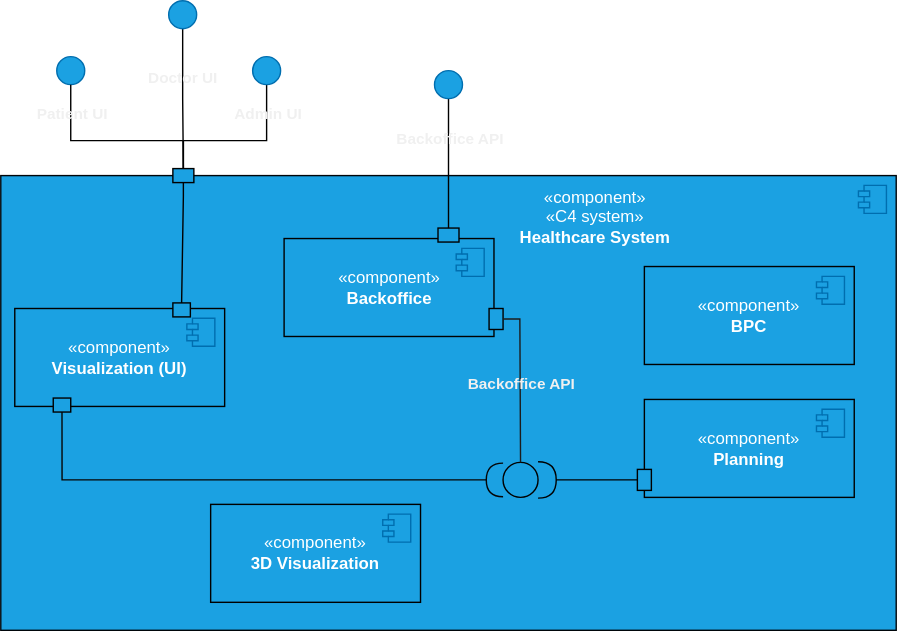
Before: docs/sprint-1/team-decisions/views/logical-view/healthcare_system_vl2.drawio.svg, a diagram exported from draw.io (rita-barbosa/LAPR5-2425). Source tidied: cells renumbered, new cells last; positions are measured from the earlier drawing's top-left corner, leaving out a move shared by most shapes. Its diagram source:
```xml
<mxGraphModel>
  <root>
    <mxCell id="0" />
    <mxCell id="1" parent="0" />
    <mxCell id="2" style="html=1;whiteSpace=wrap;fillColor=#1ba1e2;fontColor=#ffffff;strokeColor=#00060A;" parent="1" vertex="1">
      <mxGeometry y="125" width="640" height="325" as="geometry" />
    </mxCell>
    <mxCell id="3" style="shape=module;jettyWidth=8;jettyHeight=4;fillColor=#1ba1e2;fontColor=#ffffff;strokeColor=#006EAF;" parent="2" vertex="1">
      <mxGeometry x="1" width="20" height="20" relative="1" as="geometry">
        <mxPoint x="-27" y="7" as="offset" />
      </mxGeometry>
    </mxCell>
    <mxCell id="4" style="group;" parent="1" vertex="1">
      <mxGeometry x="460" y="275" width="150" height="80" as="geometry" />
    </mxCell>
    <mxCell id="5" value="«component»&lt;br&gt;&lt;b&gt;Planning&lt;/b&gt;" style="html=1;whiteSpace=wrap;fillColor=#1ba1e2;fontColor=#ffffff;strokeColor=#000000;" parent="4" vertex="1">
      <mxGeometry y="10" width="150" height="70" as="geometry" />
    </mxCell>
    <mxCell id="6" style="shape=module;jettyWidth=8;jettyHeight=4;fillColor=#1ba1e2;fontColor=#ffffff;strokeColor=#006EAF;" parent="5" vertex="1">
      <mxGeometry x="1" width="20" height="20" relative="1" as="geometry">
        <mxPoint x="-27" y="7" as="offset" />
      </mxGeometry>
    </mxCell>
    <mxCell id="7" style="rounded=0;whiteSpace=wrap;html=1;fillColor=#1ba1e2;fontColor=#ffffff;strokeColor=#000000;" parent="4" vertex="1">
      <mxGeometry x="-5" y="60" width="10" height="15" as="geometry" />
    </mxCell>
    <mxCell id="8" style="group;" parent="1" vertex="1">
      <mxGeometry x="150" y="350" width="150" height="80" as="geometry" />
    </mxCell>
    <mxCell id="9" value="«component»&lt;br&gt;&lt;b&gt;3D Visualization&lt;/b&gt;" style="html=1;whiteSpace=wrap;fillColor=#1ba1e2;fontColor=#ffffff;strokeColor=#000000;" parent="8" vertex="1">
      <mxGeometry y="10" width="150" height="70" as="geometry" />
    </mxCell>
    <mxCell id="10" style="shape=module;jettyWidth=8;jettyHeight=4;fillColor=#1ba1e2;fontColor=#ffffff;strokeColor=#006EAF;" parent="9" vertex="1">
      <mxGeometry x="1" width="20" height="20" relative="1" as="geometry">
        <mxPoint x="-27" y="7" as="offset" />
      </mxGeometry>
    </mxCell>
    <mxCell id="11" style="group;" parent="1" vertex="1">
      <mxGeometry x="460" y="180" width="150" height="80" as="geometry" />
    </mxCell>
    <mxCell id="12" value="«component»&lt;br&gt;&lt;b&gt;BPC&lt;/b&gt;" style="html=1;whiteSpace=wrap;fillColor=#1ba1e2;fontColor=#ffffff;strokeColor=#000000;" parent="11" vertex="1">
      <mxGeometry y="10" width="150" height="70" as="geometry" />
    </mxCell>
    <mxCell id="13" style="shape=module;jettyWidth=8;jettyHeight=4;fillColor=#1ba1e2;fontColor=#ffffff;strokeColor=#006EAF;" parent="12" vertex="1">
      <mxGeometry x="1" width="20" height="20" relative="1" as="geometry">
        <mxPoint x="-27" y="7" as="offset" />
      </mxGeometry>
    </mxCell>
    <mxCell id="14" value="&lt;span style=&quot;color: rgb(255, 255, 255);&quot;&gt;«component»&lt;/span&gt;&lt;br style=&quot;color: rgb(255, 255, 255);&quot;&gt;&lt;span style=&quot;color: rgb(255, 255, 255);&quot;&gt;«C4 system»&lt;/span&gt;&lt;br style=&quot;color: rgb(255, 255, 255);&quot;&gt;&lt;b style=&quot;color: rgb(255, 255, 255);&quot;&gt;Healthcare System&lt;/b&gt;" style="text;html=1;align=center;verticalAlign=middle;whiteSpace=wrap;rounded=0;" parent="1" vertex="1">
      <mxGeometry x="350" y="130" width="150" height="50" as="geometry" />
    </mxCell>
    <mxCell id="15" style="group;" parent="1" vertex="1">
      <mxGeometry x="202.5" y="160" width="157.5" height="80" as="geometry" />
    </mxCell>
    <mxCell id="16" style="group;" parent="15" vertex="1">
      <mxGeometry width="157.5" height="80" as="geometry" />
    </mxCell>
    <mxCell id="17" value="«component»&lt;br&gt;&lt;b&gt;Backoffice&lt;/b&gt;" style="html=1;whiteSpace=wrap;fillColor=#1ba1e2;fontColor=#ffffff;strokeColor=#000000;" parent="16" vertex="1">
      <mxGeometry y="10" width="150" height="70" as="geometry" />
    </mxCell>
    <mxCell id="18" style="shape=module;jettyWidth=8;jettyHeight=4;fillColor=#1ba1e2;fontColor=#ffffff;strokeColor=#006EAF;" parent="17" vertex="1">
      <mxGeometry x="1" width="20" height="20" relative="1" as="geometry">
        <mxPoint x="-27" y="7" as="offset" />
      </mxGeometry>
    </mxCell>
    <mxCell id="19" style="rounded=0;whiteSpace=wrap;html=1;fillColor=#1ba1e2;fontColor=#ffffff;strokeColor=#000000;rotation=90;" parent="16" vertex="1">
      <mxGeometry x="112.5" width="10" height="15" as="geometry" />
    </mxCell>
    <mxCell id="20" style="rounded=0;whiteSpace=wrap;html=1;fillColor=#1ba1e2;fontColor=#ffffff;strokeColor=#000000;" parent="16" vertex="1">
      <mxGeometry x="146.5" y="60" width="10" height="15" as="geometry" />
    </mxCell>
    <mxCell id="21" style="ellipse;whiteSpace=wrap;html=1;align=center;fillColor=none;strokeColor=none;perimeter=centerPerimeter;" parent="1" vertex="1">
      <mxGeometry x="360" y="350" width="10" height="10" as="geometry" />
    </mxCell>
    <mxCell id="22" style="rounded=0;jettySize=auto;html=1;endArrow=halfCircle;endFill=0;endSize=11;strokeWidth=1;sketch=0;fontSize=12;curved=1;entryX=1;entryY=0.5;entryDx=0;entryDy=0;strokeColor=#000000;startSize=6;targetPerimeterSpacing=8;sourcePerimeterSpacing=0;exitX=0;exitY=0.5;exitDx=0;exitDy=0;" parent="1" edge="1" source="7" target="43">
      <mxGeometry relative="1" as="geometry" />
    </mxCell>
    <mxCell id="23" style="ellipse;whiteSpace=wrap;html=1;align=center;fillColor=none;strokeColor=none;perimeter=centerPerimeter;" parent="1" vertex="1">
      <mxGeometry x="390" y="370" width="10" height="10" as="geometry" />
    </mxCell>
    <mxCell id="24" style="edgeStyle=orthogonalEdgeStyle;rounded=0;jettySize=auto;html=1;entryX=0.5;entryY=0;entryDx=0;entryDy=0;endArrow=none;endFill=0;strokeColor=#000000;" parent="1" edge="1" source="26" target="31">
      <mxGeometry relative="1" as="geometry" />
    </mxCell>
    <mxCell id="25" value="Doctor UI" style="edgeLabel;html=1;align=center;verticalAlign=middle;labelBackgroundColor=none;fontStyle=1;" parent="24" vertex="1">
      <mxGeometry x="-0.33" y="-1" relative="1" as="geometry" />
    </mxCell>
    <mxCell id="26" style="ellipse;whiteSpace=wrap;html=1;fillColor=#1ba1e2;fontColor=#ffffff;strokeColor=#006EAF;" parent="1" vertex="1">
      <mxGeometry x="120" width="20" height="20" as="geometry" />
    </mxCell>
    <mxCell id="27" style="ellipse;whiteSpace=wrap;html=1;fillColor=#1ba1e2;fontColor=#ffffff;strokeColor=#006EAF;" parent="1" vertex="1">
      <mxGeometry x="40" y="40" width="20" height="20" as="geometry" />
    </mxCell>
    <mxCell id="28" style="edgeStyle=orthogonalEdgeStyle;rounded=0;jettySize=auto;html=1;exitX=0.5;exitY=0;exitDx=0;exitDy=0;entryX=0.5;entryY=1;entryDx=0;entryDy=0;endArrow=none;endFill=0;strokeColor=#000000;" parent="1" edge="1" source="31" target="27">
      <mxGeometry relative="1" as="geometry">
        <Array as="points">
          <mxPoint x="130" y="100" />
          <mxPoint x="50" y="100" />
        </Array>
      </mxGeometry>
    </mxCell>
    <mxCell id="29" value="Patient UI" style="edgeLabel;html=1;align=center;verticalAlign=middle;labelBackgroundColor=none;fontStyle=1;" parent="28" vertex="1">
      <mxGeometry x="0.81" y="1" relative="1" as="geometry">
        <mxPoint x="1" y="7" as="offset" />
      </mxGeometry>
    </mxCell>
    <mxCell id="30" style="edgeStyle=orthogonalEdgeStyle;rounded=0;jettySize=auto;html=1;exitX=0.5;exitY=1;exitDx=0;exitDy=0;entryX=0.5;entryY=0;entryDx=0;entryDy=0;strokeColor=#000000;endArrow=none;endFill=0;" parent="1" edge="1" source="31" target="47">
      <mxGeometry relative="1" as="geometry">
        <Array as="points">
          <mxPoint x="131" y="140" />
          <mxPoint x="130" y="140" />
          <mxPoint x="130" y="216" />
        </Array>
      </mxGeometry>
    </mxCell>
    <mxCell id="31" style="rounded=0;whiteSpace=wrap;html=1;fillColor=#1ba1e2;fontColor=#ffffff;strokeColor=#000000;" parent="1" vertex="1">
      <mxGeometry x="123" y="120" width="15" height="10" as="geometry" />
    </mxCell>
    <mxCell id="32" style="edgeStyle=orthogonalEdgeStyle;rounded=0;jettySize=auto;html=1;entryX=0.5;entryY=0;entryDx=0;entryDy=0;endArrow=none;endFill=0;strokeColor=#000000;" parent="1" edge="1" source="34" target="31">
      <mxGeometry relative="1" as="geometry">
        <Array as="points">
          <mxPoint x="190" y="100" />
          <mxPoint x="130" y="100" />
        </Array>
      </mxGeometry>
    </mxCell>
    <mxCell id="33" value="Admin UI" style="edgeLabel;html=1;align=center;verticalAlign=middle;labelBackgroundColor=none;fontStyle=1;" parent="32" vertex="1">
      <mxGeometry x="-0.79" relative="1" as="geometry">
        <mxPoint y="7" as="offset" />
      </mxGeometry>
    </mxCell>
    <mxCell id="34" style="ellipse;whiteSpace=wrap;html=1;fillColor=#1ba1e2;fontColor=#ffffff;strokeColor=#006EAF;" parent="1" vertex="1">
      <mxGeometry x="180" y="40" width="20" height="20" as="geometry" />
    </mxCell>
    <mxCell id="35" style="group;" parent="1" vertex="1">
      <mxGeometry x="10" y="220" width="150" height="80" as="geometry" />
    </mxCell>
    <mxCell id="36" value="«component»&lt;br&gt;&lt;b&gt;Visualization (UI)&lt;/b&gt;" style="html=1;whiteSpace=wrap;fillColor=#1ba1e2;fontColor=#ffffff;strokeColor=#000000;" parent="35" vertex="1">
      <mxGeometry width="150" height="70" as="geometry" />
    </mxCell>
    <mxCell id="37" style="shape=module;jettyWidth=8;jettyHeight=4;fillColor=#1ba1e2;fontColor=#ffffff;strokeColor=#006EAF;" parent="36" vertex="1">
      <mxGeometry x="1" width="20" height="20" relative="1" as="geometry">
        <mxPoint x="-27" y="7" as="offset" />
      </mxGeometry>
    </mxCell>
    <mxCell id="38" style="rounded=0;whiteSpace=wrap;html=1;fillColor=#1ba1e2;fontColor=#ffffff;strokeColor=#000000;" parent="35" vertex="1">
      <mxGeometry x="27.5" y="64" width="12.5" height="10" as="geometry" />
    </mxCell>
    <mxCell id="39" style="ellipse;whiteSpace=wrap;html=1;align=center;fillColor=none;strokeColor=none;perimeter=centerPerimeter;" parent="1" vertex="1">
      <mxGeometry x="335" y="80" width="10" height="10" as="geometry" />
    </mxCell>
    <mxCell id="40" style="edgeStyle=orthogonalEdgeStyle;rounded=0;jettySize=auto;html=1;exitX=0.5;exitY=1;exitDx=0;exitDy=0;entryX=0;entryY=0.5;entryDx=0;entryDy=0;endArrow=none;endFill=0;strokeColor=#000000;" parent="1" edge="1" source="42" target="19">
      <mxGeometry relative="1" as="geometry">
        <Array as="points">
          <mxPoint x="320" y="70" />
        </Array>
      </mxGeometry>
    </mxCell>
    <mxCell id="41" value="&lt;b&gt;Backoffice API&lt;/b&gt;" style="edgeLabel;html=1;align=center;verticalAlign=middle;labelBackgroundColor=none;" parent="40" vertex="1">
      <mxGeometry x="-0.89" relative="1" as="geometry">
        <mxPoint y="23" as="offset" />
      </mxGeometry>
    </mxCell>
    <mxCell id="42" style="ellipse;whiteSpace=wrap;html=1;fillColor=#1ba1e2;fontColor=#ffffff;strokeColor=#006EAF;" parent="1" vertex="1">
      <mxGeometry x="310" y="50" width="20" height="20" as="geometry" />
    </mxCell>
    <mxCell id="43" style="ellipse;whiteSpace=wrap;html=1;fillColor=#1ba1e2;fontColor=#ffffff;strokeColor=#000000;" parent="1" vertex="1">
      <mxGeometry x="359" y="330" width="25" height="25" as="geometry" />
    </mxCell>
    <mxCell id="44" style="edgeStyle=orthogonalEdgeStyle;rounded=0;jettySize=auto;html=1;exitX=1;exitY=0.5;exitDx=0;exitDy=0;strokeColor=#1C1C1C;endArrow=none;endFill=0;" parent="1" edge="1" source="20" target="43">
      <mxGeometry relative="1" as="geometry">
        <Array as="points">
          <mxPoint x="371" y="227" />
        </Array>
      </mxGeometry>
    </mxCell>
    <mxCell id="45" value="&lt;b&gt;Backoffice API&lt;/b&gt;" style="edgeLabel;html=1;align=center;verticalAlign=middle;labelBackgroundColor=none;" parent="44" vertex="1">
      <mxGeometry x="0.01" relative="1" as="geometry" />
    </mxCell>
    <mxCell id="46" style="edgeStyle=orthogonalEdgeStyle;rounded=0;jettySize=auto;html=1;exitX=0.5;exitY=1;exitDx=0;exitDy=0;entryX=0;entryY=0.5;entryDx=0;entryDy=0;strokeColor=#050505;endArrow=halfCircle;endFill=0;endSize=10;startSize=6;" parent="1" edge="1" source="38" target="43">
      <mxGeometry relative="1" as="geometry" />
    </mxCell>
    <mxCell id="47" style="rounded=0;whiteSpace=wrap;html=1;fillColor=#1ba1e2;fontColor=#ffffff;strokeColor=#000000;" parent="1" vertex="1">
      <mxGeometry x="123" y="216" width="12.5" height="10" as="geometry" />
    </mxCell>
  </root>
</mxGraphModel>
```
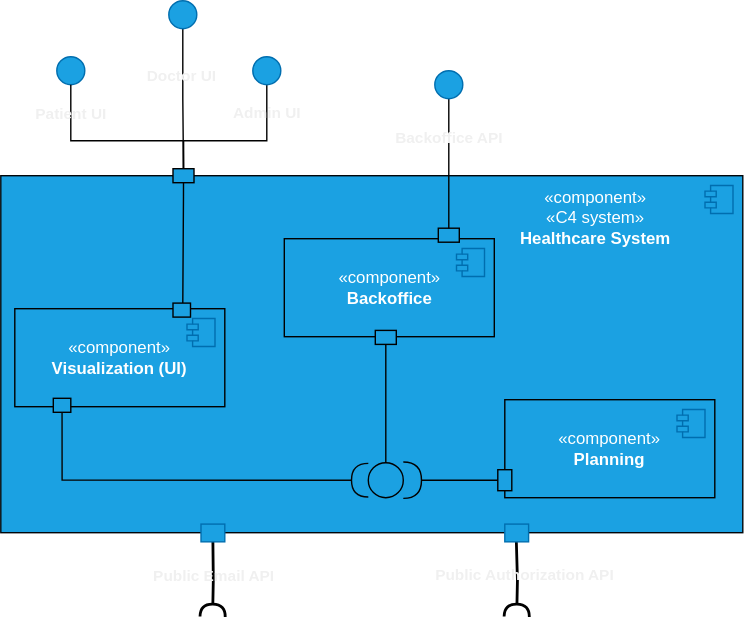
After the change.

The edit, as a diff of the source:
```diff
@@ -3,7 +3,7 @@
     <mxCell id="0" />
     <mxCell id="1" parent="0" />
     <mxCell id="2" style="html=1;whiteSpace=wrap;fillColor=#1ba1e2;fontColor=#ffffff;strokeColor=#00060A;" parent="1" vertex="1">
-      <mxGeometry y="125" width="640" height="325" as="geometry" />
+      <mxGeometry y="125" width="530" height="255" as="geometry" />
     </mxCell>
     <mxCell id="3" style="shape=module;jettyWidth=8;jettyHeight=4;fillColor=#1ba1e2;fontColor=#ffffff;strokeColor=#006EAF;" parent="2" vertex="1">
       <mxGeometry x="1" width="20" height="20" relative="1" as="geometry">
@@ -11,7 +11,7 @@
       </mxGeometry>
     </mxCell>
     <mxCell id="4" style="group;" parent="1" vertex="1">
-      <mxGeometry x="460" y="275" width="150" height="80" as="geometry" />
+      <mxGeometry x="360" y="275" width="150" height="80" as="geometry" />
     </mxCell>
     <mxCell id="5" value="«component»&lt;br&gt;&lt;b&gt;Planning&lt;/b&gt;" style="html=1;whiteSpace=wrap;fillColor=#1ba1e2;fontColor=#ffffff;strokeColor=#000000;" parent="4" vertex="1">
       <mxGeometry y="10" width="150" height="70" as="geometry" />
@@ -24,28 +24,6 @@
     <mxCell id="7" style="rounded=0;whiteSpace=wrap;html=1;fillColor=#1ba1e2;fontColor=#ffffff;strokeColor=#000000;" parent="4" vertex="1">
       <mxGeometry x="-5" y="60" width="10" height="15" as="geometry" />
     </mxCell>
-    <mxCell id="8" style="group;" parent="1" vertex="1">
-      <mxGeometry x="150" y="350" width="150" height="80" as="geometry" />
-    </mxCell>
-    <mxCell id="9" value="«component»&lt;br&gt;&lt;b&gt;3D Visualization&lt;/b&gt;" style="html=1;whiteSpace=wrap;fillColor=#1ba1e2;fontColor=#ffffff;strokeColor=#000000;" parent="8" vertex="1">
-      <mxGeometry y="10" width="150" height="70" as="geometry" />
-    </mxCell>
-    <mxCell id="10" style="shape=module;jettyWidth=8;jettyHeight=4;fillColor=#1ba1e2;fontColor=#ffffff;strokeColor=#006EAF;" parent="9" vertex="1">
-      <mxGeometry x="1" width="20" height="20" relative="1" as="geometry">
-        <mxPoint x="-27" y="7" as="offset" />
-      </mxGeometry>
-    </mxCell>
-    <mxCell id="11" style="group;" parent="1" vertex="1">
-      <mxGeometry x="460" y="180" width="150" height="80" as="geometry" />
-    </mxCell>
-    <mxCell id="12" value="«component»&lt;br&gt;&lt;b&gt;BPC&lt;/b&gt;" style="html=1;whiteSpace=wrap;fillColor=#1ba1e2;fontColor=#ffffff;strokeColor=#000000;" parent="11" vertex="1">
-      <mxGeometry y="10" width="150" height="70" as="geometry" />
-    </mxCell>
-    <mxCell id="13" style="shape=module;jettyWidth=8;jettyHeight=4;fillColor=#1ba1e2;fontColor=#ffffff;strokeColor=#006EAF;" parent="12" vertex="1">
-      <mxGeometry x="1" width="20" height="20" relative="1" as="geometry">
-        <mxPoint x="-27" y="7" as="offset" />
-      </mxGeometry>
-    </mxCell>
     <mxCell id="14" value="&lt;span style=&quot;color: rgb(255, 255, 255);&quot;&gt;«component»&lt;/span&gt;&lt;br style=&quot;color: rgb(255, 255, 255);&quot;&gt;&lt;span style=&quot;color: rgb(255, 255, 255);&quot;&gt;«C4 system»&lt;/span&gt;&lt;br style=&quot;color: rgb(255, 255, 255);&quot;&gt;&lt;b style=&quot;color: rgb(255, 255, 255);&quot;&gt;Healthcare System&lt;/b&gt;" style="text;html=1;align=center;verticalAlign=middle;whiteSpace=wrap;rounded=0;" parent="1" vertex="1">
       <mxGeometry x="350" y="130" width="150" height="50" as="geometry" />
     </mxCell>
@@ -66,9 +44,6 @@
     <mxCell id="19" style="rounded=0;whiteSpace=wrap;html=1;fillColor=#1ba1e2;fontColor=#ffffff;strokeColor=#000000;rotation=90;" parent="16" vertex="1">
       <mxGeometry x="112.5" width="10" height="15" as="geometry" />
     </mxCell>
-    <mxCell id="20" style="rounded=0;whiteSpace=wrap;html=1;fillColor=#1ba1e2;fontColor=#ffffff;strokeColor=#000000;" parent="16" vertex="1">
-      <mxGeometry x="146.5" y="60" width="10" height="15" as="geometry" />
-    </mxCell>
     <mxCell id="21" style="ellipse;whiteSpace=wrap;html=1;align=center;fillColor=none;strokeColor=none;perimeter=centerPerimeter;" parent="1" vertex="1">
       <mxGeometry x="360" y="350" width="10" height="10" as="geometry" />
     </mxCell>
@@ -164,23 +139,53 @@
       <mxGeometry x="310" y="50" width="20" height="20" as="geometry" />
     </mxCell>
     <mxCell id="43" style="ellipse;whiteSpace=wrap;html=1;fillColor=#1ba1e2;fontColor=#ffffff;strokeColor=#000000;" parent="1" vertex="1">
-      <mxGeometry x="359" y="330" width="25" height="25" as="geometry" />
+      <mxGeometry x="262.5" y="330" width="25" height="25" as="geometry" />
     </mxCell>
-    <mxCell id="44" style="edgeStyle=orthogonalEdgeStyle;rounded=0;jettySize=auto;html=1;exitX=1;exitY=0.5;exitDx=0;exitDy=0;strokeColor=#1C1C1C;endArrow=none;endFill=0;" parent="1" edge="1" source="20" target="43">
-      <mxGeometry relative="1" as="geometry">
-        <Array as="points">
-          <mxPoint x="371" y="227" />
-        </Array>
-      </mxGeometry>
-    </mxCell>
-    <mxCell id="45" value="&lt;b&gt;Backoffice API&lt;/b&gt;" style="edgeLabel;html=1;align=center;verticalAlign=middle;labelBackgroundColor=none;" parent="44" vertex="1">
-      <mxGeometry x="0.01" relative="1" as="geometry" />
-    </mxCell>
     <mxCell id="46" style="edgeStyle=orthogonalEdgeStyle;rounded=0;jettySize=auto;html=1;exitX=0.5;exitY=1;exitDx=0;exitDy=0;entryX=0;entryY=0.5;entryDx=0;entryDy=0;strokeColor=#050505;endArrow=halfCircle;endFill=0;endSize=10;startSize=6;" parent="1" edge="1" source="38" target="43">
       <mxGeometry relative="1" as="geometry" />
     </mxCell>
     <mxCell id="47" style="rounded=0;whiteSpace=wrap;html=1;fillColor=#1ba1e2;fontColor=#ffffff;strokeColor=#000000;" parent="1" vertex="1">
       <mxGeometry x="123" y="216" width="12.5" height="10" as="geometry" />
     </mxCell>
+    <mxCell id="44" style="edgeStyle=orthogonalEdgeStyle;rounded=0;jettySize=auto;html=1;exitX=1;exitY=0.5;exitDx=0;exitDy=0;entryX=0.5;entryY=0;entryDx=0;entryDy=0;endArrow=none;endFill=0;strokeColor=#000000;" parent="1" edge="1" source="20" target="43">
+      <mxGeometry relative="1" as="geometry" />
+    </mxCell>
+    <mxCell id="20" style="rounded=0;whiteSpace=wrap;html=1;fillColor=#1ba1e2;fontColor=#ffffff;strokeColor=#000000;rotation=90;" parent="1" vertex="1">
+      <mxGeometry x="270" y="233" width="10" height="15" as="geometry" />
+    </mxCell>
+    <mxCell id="48" style="group;" parent="1" vertex="1">
+      <mxGeometry x="360" y="373.8" width="17" height="66.2" as="geometry" />
+    </mxCell>
+    <mxCell id="49" style="edgeStyle=orthogonalEdgeStyle;rounded=0;orthogonalLoop=1;jettySize=auto;html=1;entryX=0.5;entryY=0;entryDx=0;entryDy=0;endArrow=none;endFill=0;fontColor=#000000;strokeColor=#000000;startArrow=halfCircle;startFill=0;endSize=6;strokeWidth=2;" parent="48" edge="1">
+      <mxGeometry relative="1" as="geometry">
+        <mxPoint x="8.5" y="66.2" as="sourcePoint" />
+        <mxPoint x="8.2" y="12.7" as="targetPoint" />
+      </mxGeometry>
+    </mxCell>
+    <mxCell id="50" value="Public Authorization API" style="edgeLabel;html=1;align=center;verticalAlign=middle;labelBackgroundColor=none;fontStyle=1;" parent="49" vertex="1">
+      <mxGeometry x="-0.09" y="-1" relative="1" as="geometry">
+        <mxPoint x="4" y="-6" as="offset" />
+      </mxGeometry>
+    </mxCell>
+    <mxCell id="51" style="rounded=0;whiteSpace=wrap;html=1;fillColor=#1ba1e2;fontColor=#ffffff;strokeColor=#006EAF;rotation=-180;" parent="48" vertex="1">
+      <mxGeometry width="17" height="12.7" as="geometry" />
+    </mxCell>
+    <mxCell id="52" style="group;" parent="1" vertex="1">
+      <mxGeometry x="143" y="373.8" width="17" height="66.2" as="geometry" />
+    </mxCell>
+    <mxCell id="53" style="edgeStyle=orthogonalEdgeStyle;rounded=0;orthogonalLoop=1;jettySize=auto;html=1;entryX=0.5;entryY=0;entryDx=0;entryDy=0;endArrow=none;endFill=0;fontColor=#000000;strokeColor=#000000;startArrow=halfCircle;startFill=0;strokeWidth=2;endSize=6;jumpSize=6;" parent="52" edge="1">
+      <mxGeometry relative="1" as="geometry">
+        <mxPoint x="8.3" y="66.2" as="sourcePoint" />
+        <mxPoint x="8.5" y="12.7" as="targetPoint" />
+      </mxGeometry>
+    </mxCell>
+    <mxCell id="54" value="Public Email API" style="edgeLabel;html=1;align=center;verticalAlign=middle;labelBackgroundColor=none;fontStyle=1;" parent="53" vertex="1">
+      <mxGeometry x="-0.15" relative="1" as="geometry">
+        <mxPoint y="-7" as="offset" />
+      </mxGeometry>
+    </mxCell>
+    <mxCell id="55" style="rounded=0;whiteSpace=wrap;html=1;fillColor=#1ba1e2;fontColor=#ffffff;strokeColor=#006EAF;rotation=-180;" parent="52" vertex="1">
+      <mxGeometry width="17" height="12.7" as="geometry" />
+    </mxCell>
   </root>
 </mxGraphModel>
```
